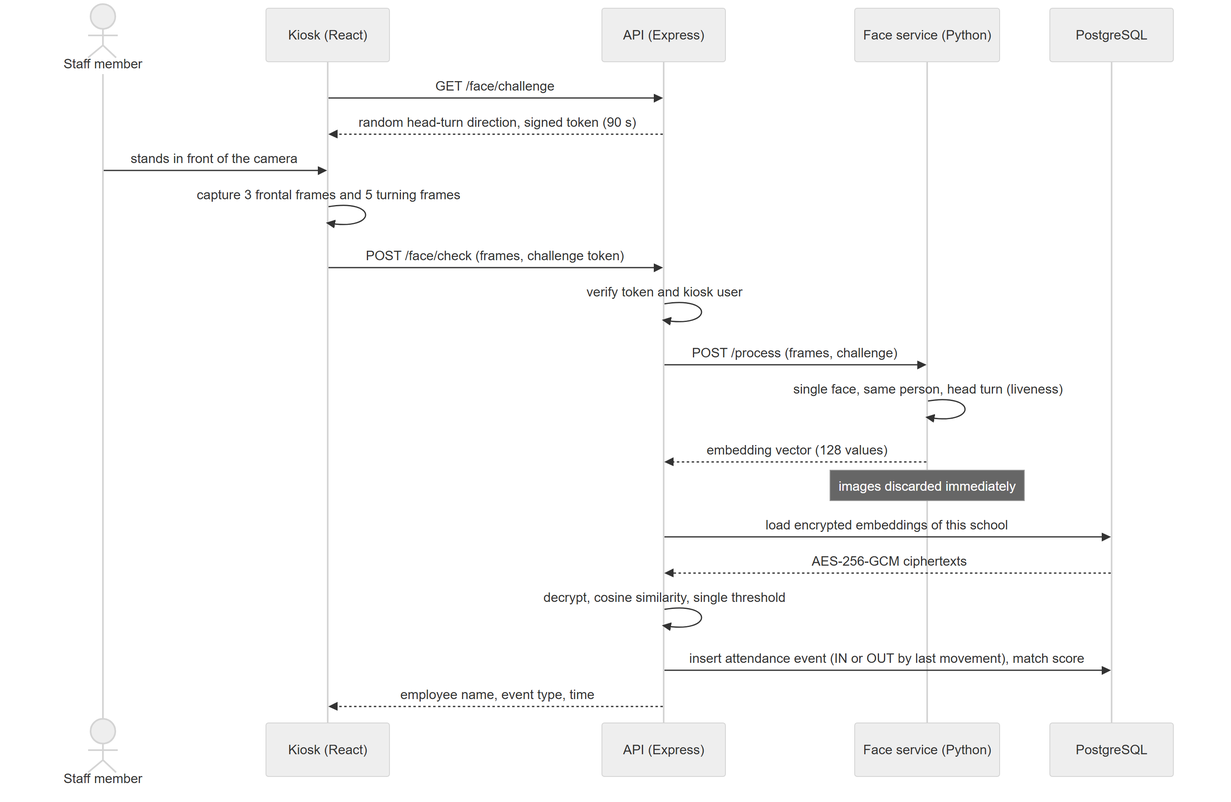
Before: docs/diagrams/out/fig_face_sequence.png, a diagram exported from Mermaid (maroonnnn/school-management-system). Its source is kept beside it as docs/diagrams/src/fig_face_sequence.mmd. Its diagram source:
```mermaid
sequenceDiagram
  actor S as Staff member
  participant K as Kiosk (React)
  participant A as API (Express)
  participant F as Face service (Python)
  participant D as PostgreSQL
  K->>A: GET /face/challenge
  A-->>K: random head-turn direction, signed token (90 s)
  S->>K: stands in front of the camera
  K->>K: capture 3 frontal frames and 5 turning frames
  K->>A: POST /face/check (frames, challenge token)
  A->>A: verify token and kiosk user
  A->>F: POST /process (frames, challenge)
  F->>F: single face, same person, head turn (liveness)
  F-->>A: embedding vector (128 values)
  Note over F: images discarded immediately
  A->>D: load encrypted embeddings of this school
  D-->>A: AES-256-GCM ciphertexts
  A->>A: decrypt, cosine similarity, single threshold
  A->>D: insert attendance event (IN or OUT by last movement), match score
  A-->>K: employee name, event type, time
```
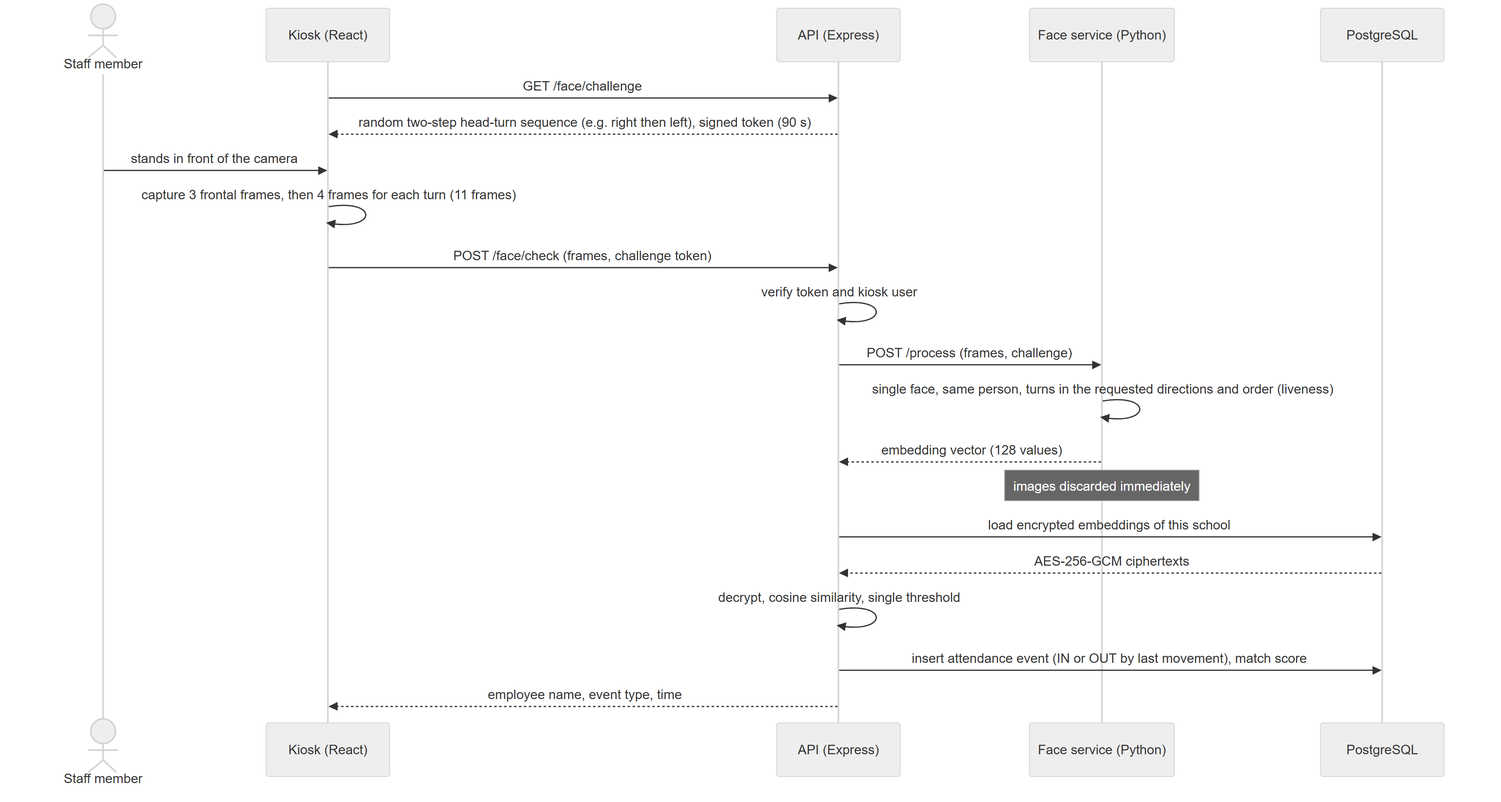
The same file after the commit.

The edit, as a diff of the source:
```diff
@@ -5,13 +5,13 @@
   participant F as Face service (Python)
   participant D as PostgreSQL
   K->>A: GET /face/challenge
-  A-->>K: random head-turn direction, signed token (90 s)
+  A-->>K: random two-step head-turn sequence (e.g. right then left), signed token (90 s)
   S->>K: stands in front of the camera
-  K->>K: capture 3 frontal frames and 5 turning frames
+  K->>K: capture 3 frontal frames, then 4 frames for each turn (11 frames)
   K->>A: POST /face/check (frames, challenge token)
   A->>A: verify token and kiosk user
   A->>F: POST /process (frames, challenge)
-  F->>F: single face, same person, head turn (liveness)
+  F->>F: single face, same person, turns in the requested directions and order (liveness)
   F-->>A: embedding vector (128 values)
   Note over F: images discarded immediately
   A->>D: load encrypted embeddings of this school
```
